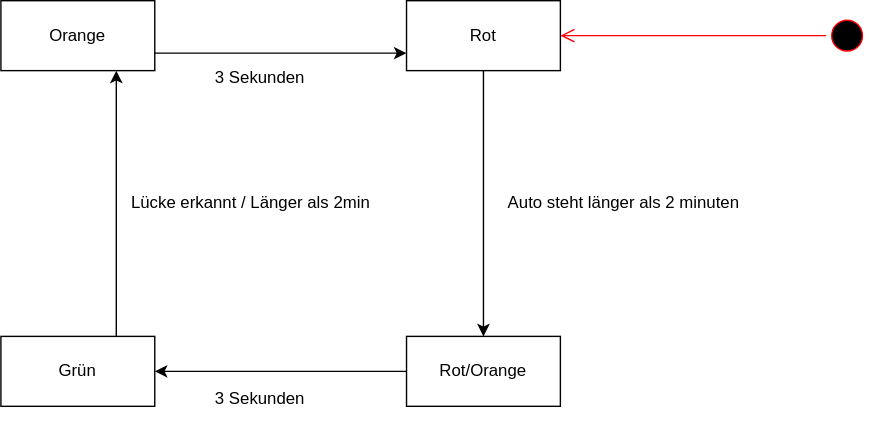
Before: Blatt4/lightsignal.svg, a diagram exported from draw.io (chrksa/SoftwareEngineering). Source tidied: cells renumbered, new cells last; positions are measured from the earlier drawing's top-left corner, leaving out a move shared by most shapes.
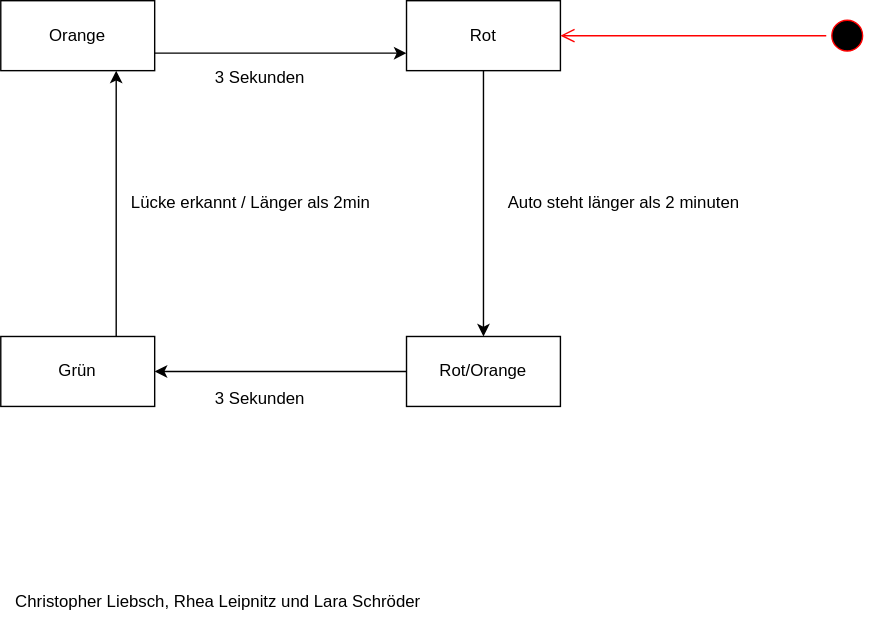
The same diagram one commit later.

Diff of the diagram source:
```diff
@@ -44,5 +44,8 @@
     <mxCell id="15" value="3 Sekunden" style="text;html=1;align=center;verticalAlign=middle;strokeColor=none;fillColor=none;" parent="1" vertex="1">
       <mxGeometry x="140" y="270" width="90" height="30" as="geometry" />
     </mxCell>
+    <mxCell id="16" value="Christopher Liebsch, Rhea Leipnitz und Lara Schröder" style="text;html=1;align=center;verticalAlign=middle;strokeColor=none;fillColor=none;" parent="1" vertex="1">
+      <mxGeometry y="415" width="310" height="30" as="geometry" />
+    </mxCell>
   </root>
 </mxGraphModel>
```
